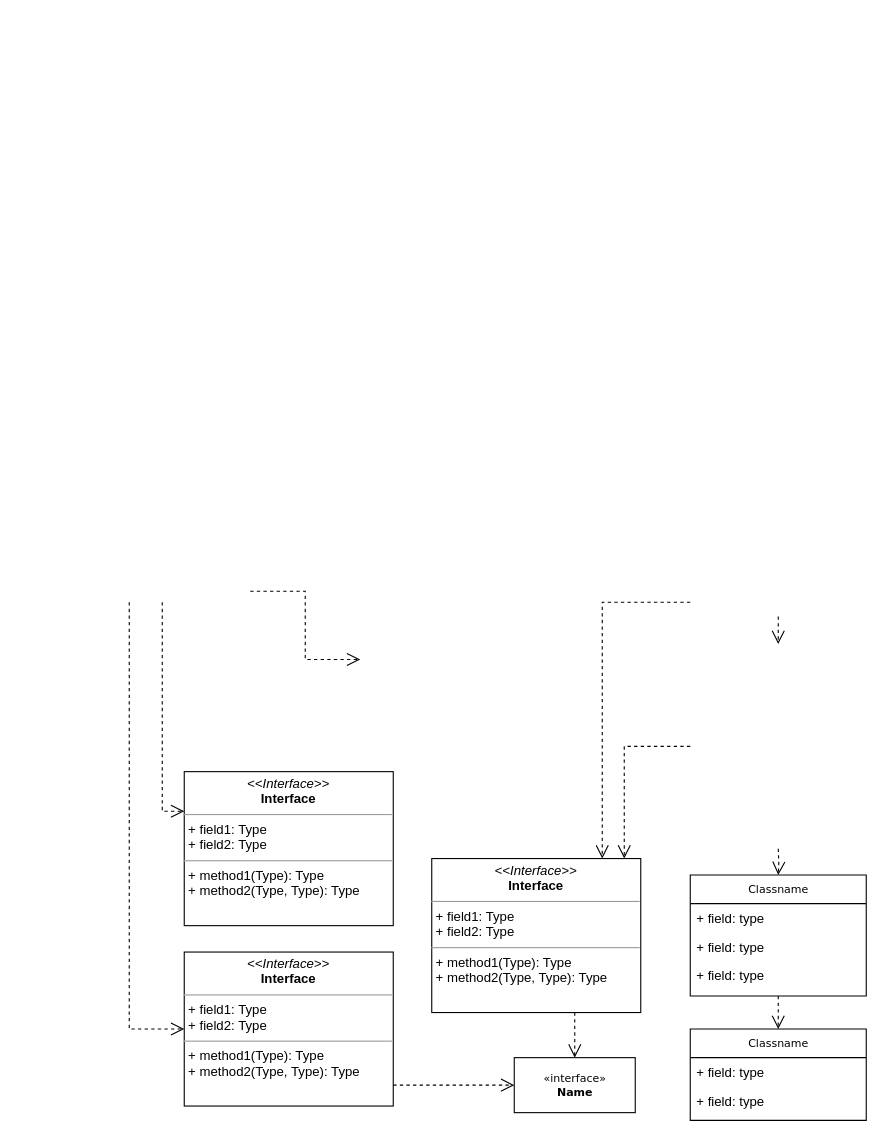
Earlier version of the draw.io diagram Untitled Diagram.drawio (cubcoffee/valhalla-api). Source tidied: cells renumbered, new cells numbered last; positions are measured from the earlier drawing's top-left corner, leaving out a move shared by most shapes. Both pictures are drawn from the tidied source at 110%, with x=0, y=0 at pixel (129, 591).
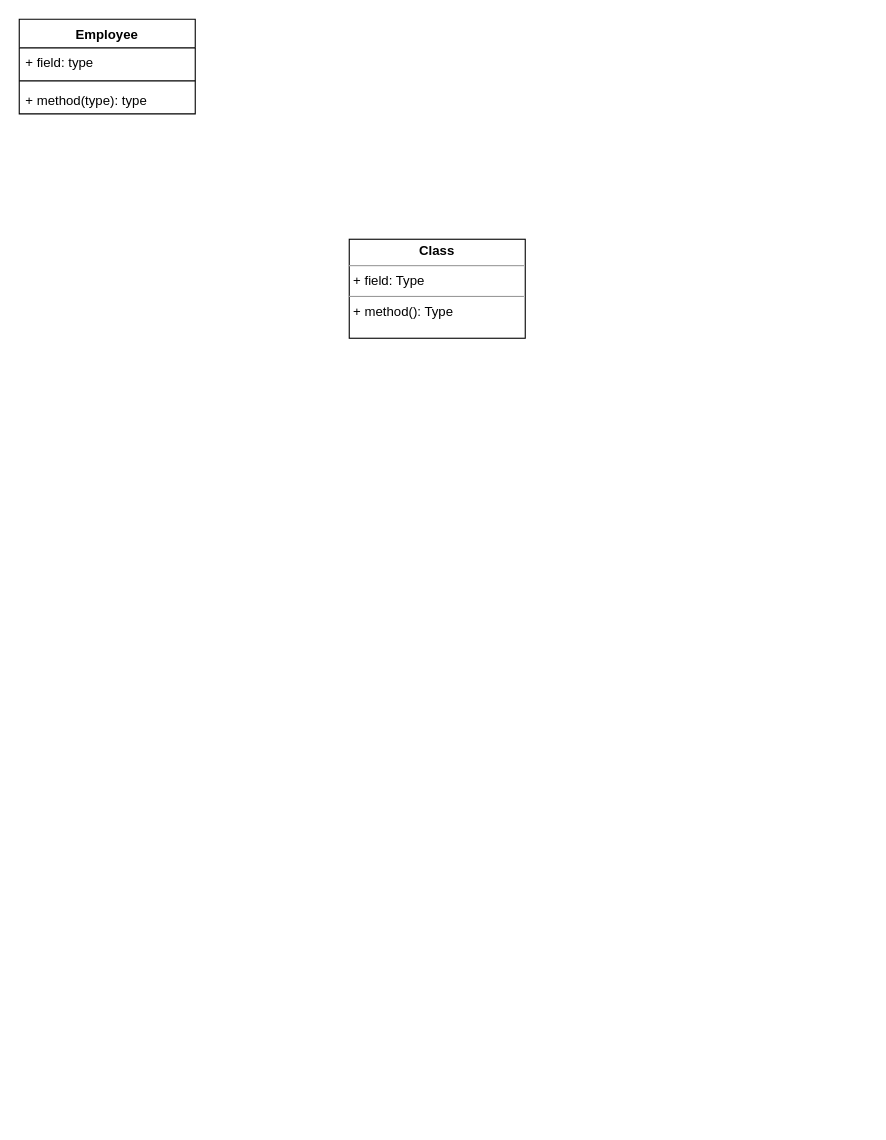
The same diagram, later.

Change to the diagram source:
```diff
@@
-    <mxCell id="2" style="edgeStyle=orthogonalEdgeStyle;rounded=0;html=1;dashed=1;labelBackgroundColor=none;startFill=0;endArrow=open;endFill=0;endSize=10;fontFamily=Verdana;fontSize=10;" parent="1" edge="1" target="15">
-      <mxGeometry relative="1" as="geometry">
-        <mxPoint x="510" y="141" as="sourcePoint" />
-        <Array as="points">
-          <mxPoint x="450" y="141" />
-        </Array>
-      </mxGeometry>
-    </mxCell>
-    <mxCell id="3" style="edgeStyle=orthogonalEdgeStyle;rounded=0;html=1;dashed=1;labelBackgroundColor=none;startFill=0;endArrow=open;endFill=0;endSize=10;fontFamily=Verdana;fontSize=10;" parent="1" edge="1" target="8">
-      <mxGeometry relative="1" as="geometry">
-        <mxPoint x="590" y="234" as="sourcePoint" />
-      </mxGeometry>
-    </mxCell>
-    <mxCell id="4" value="Classname" style="swimlane;html=1;fontStyle=0;horizontal=1;startSize=26;fillColor=none;swimlaneFillColor=#ffffff;rounded=0;shadow=0;comic=0;labelBackgroundColor=none;strokeWidth=1;fontFamily=Verdana;fontSize=10;align=center;" parent="1" vertex="1">
-      <mxGeometry x="510" y="398" width="160" height="83" as="geometry" />
-    </mxCell>
-    <mxCell id="5" value="+ field: type" style="text;html=1;strokeColor=none;fillColor=none;align=left;verticalAlign=top;spacingLeft=4;spacingRight=4;whiteSpace=wrap;overflow=hidden;" parent="4" vertex="1">
-      <mxGeometry y="26" width="160" height="26" as="geometry" />
-    </mxCell>
-    <mxCell id="6" value="+ field: type" style="text;html=1;strokeColor=none;fillColor=none;align=left;verticalAlign=top;spacingLeft=4;spacingRight=4;whiteSpace=wrap;overflow=hidden;" parent="4" vertex="1">
-      <mxGeometry y="52" width="160" height="26" as="geometry" />
-    </mxCell>
-    <mxCell id="7" style="edgeStyle=orthogonalEdgeStyle;rounded=0;html=1;dashed=1;labelBackgroundColor=none;startFill=0;endArrow=open;endFill=0;endSize=10;fontFamily=Verdana;fontSize=10;" parent="1" edge="1" source="8" target="4">
-      <mxGeometry relative="1" as="geometry" />
-    </mxCell>
-    <mxCell id="8" value="Classname" style="swimlane;html=1;fontStyle=0;horizontal=1;startSize=26;fillColor=none;swimlaneFillColor=#ffffff;rounded=0;shadow=0;comic=0;labelBackgroundColor=none;strokeWidth=1;fontFamily=Verdana;fontSize=10;align=center;" parent="1" vertex="1">
-      <mxGeometry x="510" y="258" width="160" height="110" as="geometry" />
-    </mxCell>
-    <mxCell id="9" value="+ field: type" style="text;html=1;strokeColor=none;fillColor=none;align=left;verticalAlign=top;spacingLeft=4;spacingRight=4;whiteSpace=wrap;overflow=hidden;" parent="8" vertex="1">
-      <mxGeometry y="26" width="160" height="26" as="geometry" />
-    </mxCell>
-    <mxCell id="10" value="+ field: type" style="text;html=1;strokeColor=none;fillColor=none;align=left;verticalAlign=top;spacingLeft=4;spacingRight=4;whiteSpace=wrap;overflow=hidden;" parent="8" vertex="1">
-      <mxGeometry y="52" width="160" height="26" as="geometry" />
-    </mxCell>
-    <mxCell id="11" value="+ field: type" style="text;html=1;strokeColor=none;fillColor=none;align=left;verticalAlign=top;spacingLeft=4;spacingRight=4;whiteSpace=wrap;overflow=hidden;" parent="8" vertex="1">
-      <mxGeometry y="78" width="160" height="26" as="geometry" />
-    </mxCell>
-    <mxCell id="12" style="edgeStyle=orthogonalEdgeStyle;rounded=0;html=1;dashed=1;labelBackgroundColor=none;startFill=0;endArrow=open;endFill=0;endSize=10;fontFamily=Verdana;fontSize=10;" parent="1" edge="1">
-      <mxGeometry relative="1" as="geometry">
-        <mxPoint x="590" y="23" as="sourcePoint" />
-        <mxPoint x="590" y="48" as="targetPoint" />
-      </mxGeometry>
-    </mxCell>
-    <mxCell id="13" value="&amp;laquo;interface&amp;raquo;&lt;br&gt;&lt;b&gt;Name&lt;/b&gt;" style="html=1;rounded=0;shadow=0;comic=0;labelBackgroundColor=none;strokeWidth=1;fontFamily=Verdana;fontSize=10;align=center;" parent="1" vertex="1">
-      <mxGeometry x="350" y="424" width="110" height="50" as="geometry" />
-    </mxCell>
-    <mxCell id="14" style="edgeStyle=orthogonalEdgeStyle;rounded=0;html=1;dashed=1;labelBackgroundColor=none;startFill=0;endArrow=open;endFill=0;endSize=10;fontFamily=Verdana;fontSize=10;" parent="1" edge="1" source="15" target="13">
-      <mxGeometry relative="1" as="geometry">
-        <Array as="points">
-          <mxPoint x="405" y="390" />
-          <mxPoint x="405" y="390" />
-        </Array>
-      </mxGeometry>
-    </mxCell>
-    <mxCell id="15" value="&lt;p style=&quot;margin:0px;margin-top:4px;text-align:center;&quot;&gt;&lt;i&gt;&amp;lt;&amp;lt;Interface&amp;gt;&amp;gt;&lt;/i&gt;&lt;br/&gt;&lt;b&gt;Interface&lt;/b&gt;&lt;/p&gt;&lt;hr size=&quot;1&quot;/&gt;&lt;p style=&quot;margin:0px;margin-left:4px;&quot;&gt;+ field1: Type&lt;br/&gt;+ field2: Type&lt;/p&gt;&lt;hr size=&quot;1&quot;/&gt;&lt;p style=&quot;margin:0px;margin-left:4px;&quot;&gt;+ method1(Type): Type&lt;br/&gt;+ method2(Type, Type): Type&lt;/p&gt;" style="verticalAlign=top;align=left;overflow=fill;fontSize=12;fontFamily=Helvetica;html=1;rounded=0;shadow=0;comic=0;labelBackgroundColor=none;strokeWidth=1;" parent="1" vertex="1">
-      <mxGeometry x="275" y="243" width="190" height="140" as="geometry" />
-    </mxCell>
-    <mxCell id="16" style="edgeStyle=orthogonalEdgeStyle;rounded=0;html=1;dashed=1;labelBackgroundColor=none;startFill=0;endArrow=open;endFill=0;endSize=10;fontFamily=Verdana;fontSize=10;" parent="1" edge="1" source="17" target="13">
-      <mxGeometry relative="1" as="geometry">
-        <Array as="points">
-          <mxPoint x="270" y="449" />
-          <mxPoint x="270" y="449" />
-        </Array>
-      </mxGeometry>
-    </mxCell>
-    <mxCell id="17" value="&lt;p style=&quot;margin:0px;margin-top:4px;text-align:center;&quot;&gt;&lt;i&gt;&amp;lt;&amp;lt;Interface&amp;gt;&amp;gt;&lt;/i&gt;&lt;br/&gt;&lt;b&gt;Interface&lt;/b&gt;&lt;/p&gt;&lt;hr size=&quot;1&quot;/&gt;&lt;p style=&quot;margin:0px;margin-left:4px;&quot;&gt;+ field1: Type&lt;br/&gt;+ field2: Type&lt;/p&gt;&lt;hr size=&quot;1&quot;/&gt;&lt;p style=&quot;margin:0px;margin-left:4px;&quot;&gt;+ method1(Type): Type&lt;br/&gt;+ method2(Type, Type): Type&lt;/p&gt;" style="verticalAlign=top;align=left;overflow=fill;fontSize=12;fontFamily=Helvetica;html=1;rounded=0;shadow=0;comic=0;labelBackgroundColor=none;strokeWidth=1;" parent="1" vertex="1">
-      <mxGeometry x="50" y="328" width="190" height="140" as="geometry" />
-    </mxCell>
-    <mxCell id="18" value="&lt;p style=&quot;margin:0px;margin-top:4px;text-align:center;&quot;&gt;&lt;i&gt;&amp;lt;&amp;lt;Interface&amp;gt;&amp;gt;&lt;/i&gt;&lt;br/&gt;&lt;b&gt;Interface&lt;/b&gt;&lt;/p&gt;&lt;hr size=&quot;1&quot;/&gt;&lt;p style=&quot;margin:0px;margin-left:4px;&quot;&gt;+ field1: Type&lt;br/&gt;+ field2: Type&lt;/p&gt;&lt;hr size=&quot;1&quot;/&gt;&lt;p style=&quot;margin:0px;margin-left:4px;&quot;&gt;+ method1(Type): Type&lt;br/&gt;+ method2(Type, Type): Type&lt;/p&gt;" style="verticalAlign=top;align=left;overflow=fill;fontSize=12;fontFamily=Helvetica;html=1;rounded=0;shadow=0;comic=0;labelBackgroundColor=none;strokeWidth=1;" parent="1" vertex="1">
-      <mxGeometry x="50" y="164" width="190" height="140" as="geometry" />
-    </mxCell>
-    <mxCell id="19" style="edgeStyle=orthogonalEdgeStyle;rounded=0;html=1;dashed=1;labelBackgroundColor=none;startFill=0;endArrow=open;endFill=0;endSize=10;fontFamily=Verdana;fontSize=10;" parent="1" edge="1">
-      <mxGeometry relative="1" as="geometry">
-        <mxPoint x="110" as="sourcePoint" />
-        <mxPoint x="210" y="62" as="targetPoint" />
-        <Array as="points">
-          <mxPoint x="160" />
-          <mxPoint x="160" y="62" />
-        </Array>
-      </mxGeometry>
-    </mxCell>
-    <mxCell id="20" style="edgeStyle=orthogonalEdgeStyle;rounded=0;html=1;dashed=1;labelBackgroundColor=none;startFill=0;endArrow=open;endFill=0;endSize=10;fontFamily=Verdana;fontSize=10;" parent="1" edge="1" target="18">
-      <mxGeometry relative="1" as="geometry">
-        <mxPoint x="30" y="10" as="sourcePoint" />
-        <Array as="points">
-          <mxPoint x="30" y="200" />
-        </Array>
-      </mxGeometry>
-    </mxCell>
-    <mxCell id="21" style="edgeStyle=orthogonalEdgeStyle;rounded=0;html=1;dashed=1;labelBackgroundColor=none;startFill=0;endArrow=open;endFill=0;endSize=10;fontFamily=Verdana;fontSize=10;" parent="1" edge="1" target="17">
-      <mxGeometry relative="1" as="geometry">
-        <mxPoint y="10" as="sourcePoint" />
-        <Array as="points">
-          <mxPoint y="398" />
-        </Array>
-      </mxGeometry>
-    </mxCell>
-    <mxCell id="22" style="edgeStyle=orthogonalEdgeStyle;rounded=0;html=1;dashed=1;labelBackgroundColor=none;startFill=0;endArrow=open;endFill=0;endSize=10;fontFamily=Verdana;fontSize=10;" parent="1" edge="1" target="15">
-      <mxGeometry relative="1" as="geometry">
-        <mxPoint x="510" y="10" as="sourcePoint" />
-        <Array as="points">
-          <mxPoint x="430" y="10" />
-        </Array>
-      </mxGeometry>
-    </mxCell>
+    <mxCell id="23" value="Employee" style="swimlane;fontStyle=1;align=center;verticalAlign=top;horizontal=1;startSize=26;" parent="1" vertex="1">
+      <mxGeometry x="-100" y="-520" width="160" height="86" as="geometry" />
+    </mxCell>
+    <mxCell id="24" value="+ field: type" style="text;strokeColor=none;fillColor=none;align=left;verticalAlign=top;spacingLeft=4;spacingRight=4;overflow=hidden;" parent="23" vertex="1">
+      <mxGeometry y="26" width="160" height="26" as="geometry" />
+    </mxCell>
+    <mxCell id="25" style="line;strokeWidth=1;fillColor=none;align=left;verticalAlign=middle;spacingTop=-1;spacingLeft=3;spacingRight=3;labelPosition=right;" parent="23" vertex="1">
+      <mxGeometry y="52" width="160" height="8" as="geometry" />
+    </mxCell>
+    <mxCell id="26" value="+ method(type): type" style="text;strokeColor=none;fillColor=none;align=left;verticalAlign=top;spacingLeft=4;spacingRight=4;overflow=hidden;" parent="23" vertex="1">
+      <mxGeometry y="60" width="160" height="26" as="geometry" />
+    </mxCell>
+    <mxCell id="27" value="&lt;p style=&quot;margin:0px;margin-top:4px;text-align:center;&quot;&gt;&lt;b&gt;Class&lt;/b&gt;&lt;/p&gt;&lt;hr size=&quot;1&quot;/&gt;&lt;p style=&quot;margin:0px;margin-left:4px;&quot;&gt;+ field: Type&lt;/p&gt;&lt;hr size=&quot;1&quot;/&gt;&lt;p style=&quot;margin:0px;margin-left:4px;&quot;&gt;+ method(): Type&lt;/p&gt;" style="verticalAlign=top;align=left;overflow=fill;fontSize=12;fontFamily=Helvetica;html=1;" parent="1" vertex="1">
+      <mxGeometry x="200" y="-320" width="160" height="90" as="geometry" />
+    </mxCell>
```
